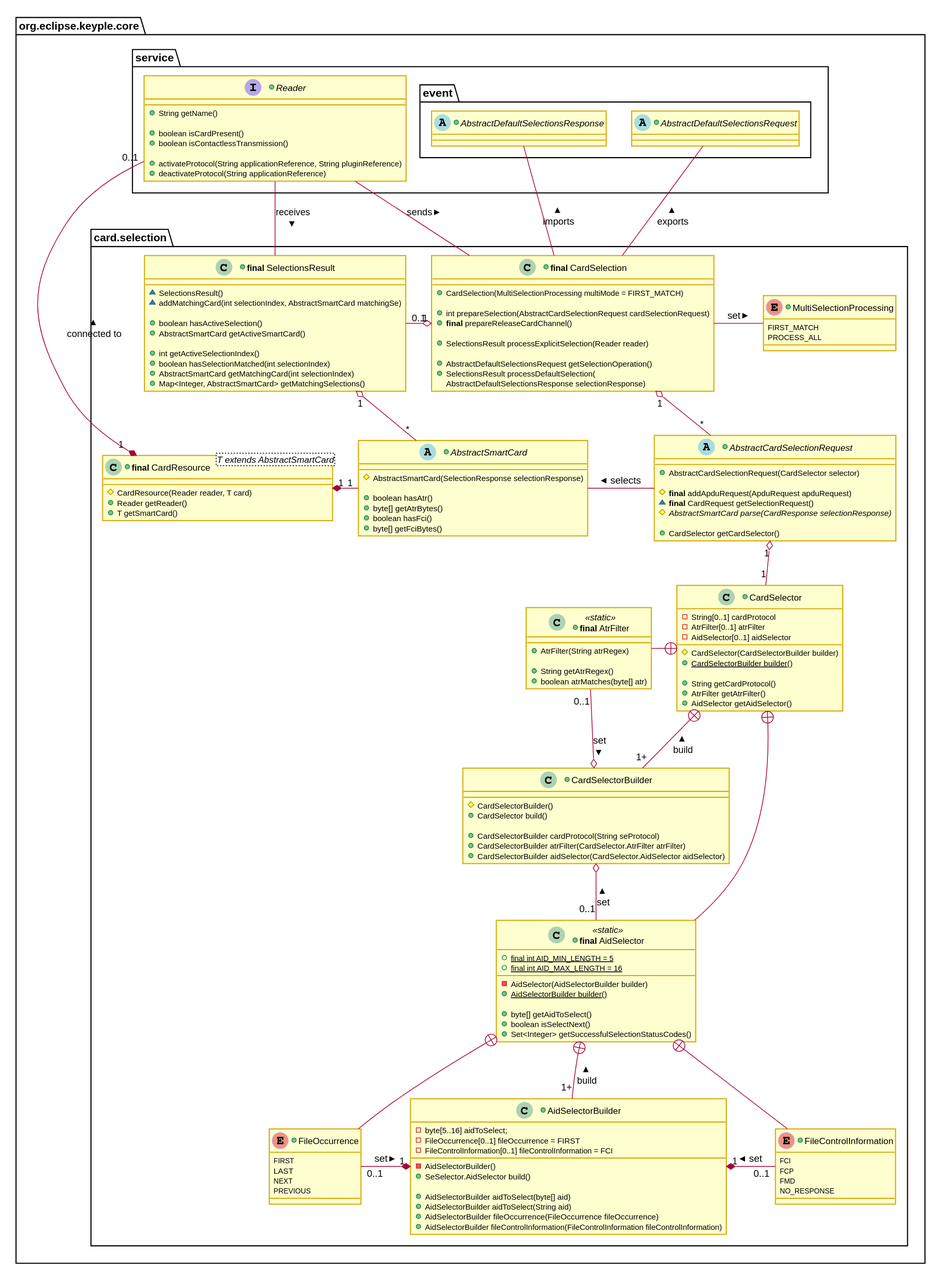
calypsonet/keyple keeps this PlantUML diagram as docs/KeypleCoreApi/img/KeypleCore_CardSelection_ClassDiag_SelectorAndSelection_1_0_0.svg. Above is the earlier version.
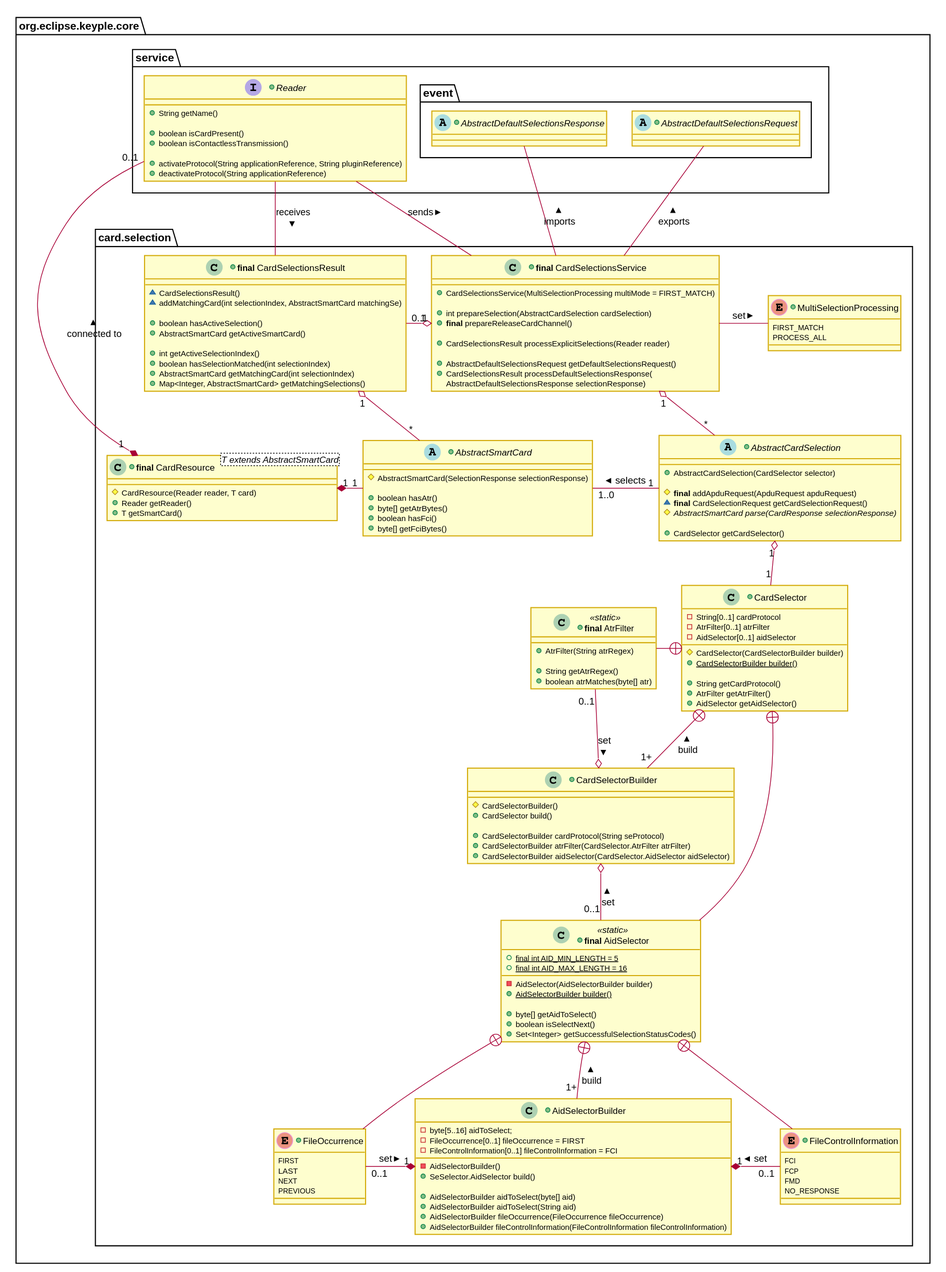
Later version of the same file.

Diff of the diagram source:
```diff
@@ -52,27 +52,27 @@
   }
 
   package card.selection #FFFFFF {
-+class "<b>final</b> CardSelection" as CardSelection {
-  +CardSelection(MultiSelectionProcessing multiMode = FIRST_MATCH)
++class "<b>final</b> CardSelectionsService" as CardSelectionsService {
+  +CardSelectionsService(MultiSelectionProcessing multiMode = FIRST_MATCH)
 
-  +int prepareSelection(AbstractCardSelectionRequest cardSelectionRequest)
+  +int prepareSelection(AbstractCardSelection cardSelection)
   +<b>final</b> prepareReleaseCardChannel()
 
-  +SelectionsResult processExplicitSelection(Reader reader)
+  +CardSelectionsResult processExplicitSelections(Reader reader)
 
-  +AbstractDefaultSelectionsRequest getSelectionOperation()
-  +SelectionsResult processDefaultSelection(
+  +AbstractDefaultSelectionsRequest getDefaultSelectionsRequest()
+  +CardSelectionsResult processDefaultSelectionsResponse(
     AbstractDefaultSelectionsResponse selectionResponse)
 }
 +enum MultiSelectionProcessing {
 	FIRST_MATCH
 	PROCESS_ALL
 }
-+abstract AbstractCardSelectionRequest {
-  +AbstractCardSelectionRequest(CardSelector selector)
++abstract AbstractCardSelection {
+  +AbstractCardSelection(CardSelector selector)
 
   #<b>final</b> addApduRequest(ApduRequest apduRequest)
-  ~<b>final</b> CardRequest getSelectionRequest()
+  ~<b>final</b> CardSelectionRequest getCardSelectionRequest()
   {abstract} #AbstractSmartCard parse(CardResponse selectionResponse)
 
   +CardSelector getCardSelector()
@@ -86,8 +86,8 @@
   +boolean hasFci()
   +byte[] getFciBytes()
 }
-+class "<b>final</b> SelectionsResult" as SelectionsResult {
-  ~SelectionsResult()
++class "<b>final</b> CardSelectionsResult" as CardSelectionsResult {
+  ~CardSelectionsResult()
   ~addMatchingCard(int selectionIndex, AbstractSmartCard matchingSe)
 
   +boolean hasActiveSelection()
@@ -106,11 +106,11 @@
 
     CardResource_T "1" *-right- "1" AbstractSmartCard
 
-    CardSelection "1" o-down- "*" AbstractCardSelectionRequest
-    CardSelection "1" o-left- "0..1" SelectionsResult
+    CardSelectionsService "1" o-down- "*" AbstractCardSelection
+    CardSelectionsService "1" o-left- "0..1" CardSelectionsResult
 
-    SelectionsResult "1" o-down- "*" AbstractSmartCard
-    AbstractSmartCard -right- AbstractCardSelectionRequest : selects <
+    CardSelectionsResult "1" o-down- "*" AbstractSmartCard
+    AbstractSmartCard "1..0" -right- "1" AbstractCardSelection : selects <
 
 
 +class CardSelector {
@@ -190,16 +190,16 @@
     CardSelector +-left- AtrFilter
     CardSelector +-- "1+" CardSelectorBuilder : build <
 
-    MultiSelectionProcessing -left- CardSelection : set <
+    MultiSelectionProcessing -left- CardSelectionsService : set <
 
-    AbstractCardSelectionRequest "1" o-down- "1" CardSelector
+    AbstractCardSelection "1" o-down- "1" CardSelector
   }
 
-  CardSelection -up- Reader : sends <
-  CardSelection -up- AbstractDefaultSelectionsRequest : exports >
-  CardSelection -up- AbstractDefaultSelectionsResponse : imports >
+  CardSelectionsService -up- Reader : sends <
+  CardSelectionsService -up- AbstractDefaultSelectionsRequest : exports >
+  CardSelectionsService -up- AbstractDefaultSelectionsResponse : imports >
 
-  SelectionsResult -up- Reader : receives <
+  CardSelectionsResult -up- Reader : receives <
   Reader "0..1" --* "1" CardResource_T : connected to <
 }
 @enduml
```
